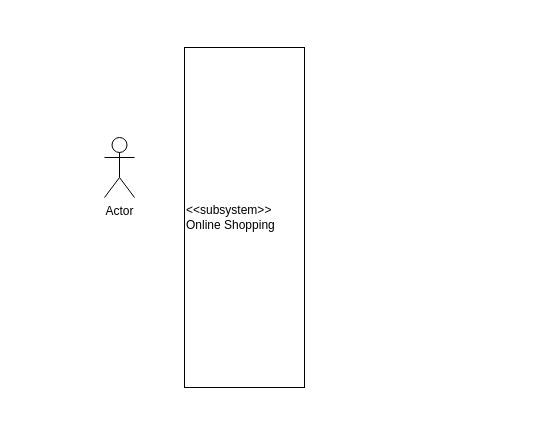
TrgPhan/OOAD-IAI-2025-by-Phan-Quang-Truong-K68AAI1 keeps this draw.io diagram as Untitled Diagram.drawio. Above is the earlier version. Source tidied: cells renumbered, new cells numbered last; positions are measured from the earlier drawing's top-left corner, leaving out a move shared by most shapes. Both pictures are drawn from the tidied source at 100%, with x=0, y=0 at pixel (104, 47).
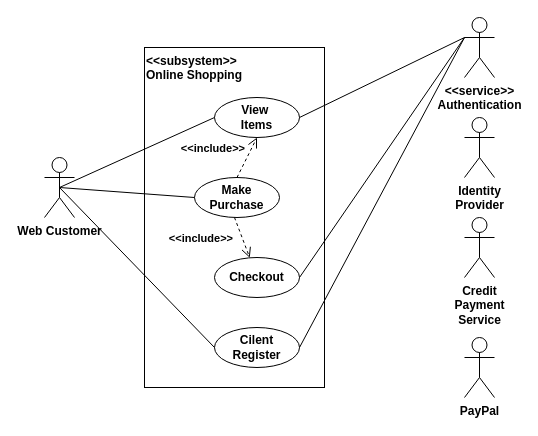
After the change.

Diff of the diagram source:
```diff
@@
-    <mxCell id="2" value="Actor" style="shape=umlActor;verticalLabelPosition=bottom;verticalAlign=top;html=1;outlineConnect=0;fontStyle=0;" parent="1" vertex="1">
-      <mxGeometry y="90" width="30" height="60" as="geometry" />
+    <mxCell id="2" value="Web Customer" style="shape=umlActor;verticalLabelPosition=bottom;verticalAlign=top;html=1;outlineConnect=0;fontStyle=1;" parent="1" vertex="1">
+      <mxGeometry x="-60" y="110" width="30" height="60" as="geometry" />
     </mxCell>
-    <mxCell id="3" value="&amp;lt;&amp;lt;subsystem&amp;gt;&amp;gt;&lt;div&gt;Online Shopping&lt;/div&gt;" style="rounded=0;whiteSpace=wrap;html=1;align=left;" parent="1" vertex="1">
-      <mxGeometry x="80" width="120" height="340" as="geometry" />
+    <mxCell id="3" value="&amp;lt;&amp;lt;subsystem&amp;gt;&amp;gt;&lt;div&gt;Online Shopping&lt;/div&gt;" style="rounded=0;whiteSpace=wrap;html=1;align=left;verticalAlign=top;fontStyle=1;" parent="1" vertex="1">
+      <mxGeometry x="40" width="180" height="340" as="geometry" />
     </mxCell>
+    <mxCell id="4" value="View&amp;nbsp;&lt;div&gt;Items&lt;/div&gt;" style="ellipse;whiteSpace=wrap;html=1;fontStyle=1;" parent="1" vertex="1">
+      <mxGeometry x="110" y="50" width="85" height="40" as="geometry" />
+    </mxCell>
+    <mxCell id="5" value="Make&lt;div&gt;Purchase&lt;/div&gt;" style="ellipse;whiteSpace=wrap;html=1;fontStyle=1;" parent="1" vertex="1">
+      <mxGeometry x="90" y="130" width="85" height="40" as="geometry" />
+    </mxCell>
+    <mxCell id="6" value="Checkout" style="ellipse;whiteSpace=wrap;html=1;fontStyle=1;" parent="1" vertex="1">
+      <mxGeometry x="110" y="210" width="85" height="40" as="geometry" />
+    </mxCell>
+    <mxCell id="7" value="Cilent&lt;div&gt;Register&lt;/div&gt;" style="ellipse;whiteSpace=wrap;html=1;fontStyle=1;" parent="1" vertex="1">
+      <mxGeometry x="110" y="280" width="85" height="40" as="geometry" />
+    </mxCell>
+    <mxCell id="8" style="endArrow=none;html=1;rounded=0;entryX=0;entryY=0.5;entryDx=0;entryDy=0;exitX=0.5;exitY=0.5;exitDx=0;exitDy=0;exitPerimeter=0;fontStyle=1;" parent="1" edge="1" source="2" target="4">
+      <mxGeometry relative="1" as="geometry" />
+    </mxCell>
+    <mxCell id="9" style="endArrow=none;html=1;rounded=0;entryX=0;entryY=0.5;entryDx=0;entryDy=0;exitX=0.5;exitY=0.5;exitDx=0;exitDy=0;exitPerimeter=0;fontStyle=1;" parent="1" edge="1" source="2" target="5">
+      <mxGeometry relative="1" as="geometry" />
+    </mxCell>
+    <mxCell id="10" style="endArrow=none;html=1;rounded=0;entryX=0;entryY=0.5;entryDx=0;entryDy=0;exitX=0.5;exitY=0.5;exitDx=0;exitDy=0;exitPerimeter=0;fontStyle=1;" parent="1" edge="1" source="2" target="7">
+      <mxGeometry relative="1" as="geometry" />
+    </mxCell>
+    <mxCell id="11" value="&amp;lt;&amp;lt;include&amp;gt;&amp;gt;" style="html=1;verticalAlign=bottom;endArrow=open;dashed=1;endSize=8;curved=0;rounded=0;entryX=0.5;entryY=1;entryDx=0;entryDy=0;exitX=0.5;exitY=0;exitDx=0;exitDy=0;align=right;fontStyle=1;" parent="1" edge="1" source="5" target="4">
+      <mxGeometry relative="1" as="geometry" />
+    </mxCell>
+    <mxCell id="12" value="&amp;lt;&amp;lt;include&amp;gt;&amp;gt;" style="html=1;verticalAlign=bottom;endArrow=open;dashed=1;endSize=8;curved=0;rounded=0;align=right;fontStyle=1;" parent="1" edge="1" target="6">
+      <mxGeometry x="0.3" y="-11" relative="1" as="geometry">
+        <mxPoint x="130" y="170" as="sourcePoint" />
+      </mxGeometry>
+    </mxCell>
+    <mxCell id="13" value="&amp;lt;&amp;lt;service&amp;gt;&amp;gt;&lt;div&gt;Authentication&lt;/div&gt;" style="shape=umlActor;verticalLabelPosition=bottom;verticalAlign=top;html=1;fontStyle=1;" parent="1" vertex="1">
+      <mxGeometry x="360" y="-30" width="30" height="60" as="geometry" />
+    </mxCell>
+    <mxCell id="14" style="endArrow=none;html=1;rounded=0;exitX=1;exitY=0.5;exitDx=0;exitDy=0;entryX=0;entryY=0.3333333333333333;entryDx=0;entryDy=0;entryPerimeter=0;fontStyle=1;" parent="1" edge="1" source="4" target="13">
+      <mxGeometry relative="1" as="geometry" />
+    </mxCell>
+    <mxCell id="15" style="endArrow=none;html=1;rounded=0;exitX=1;exitY=0.5;exitDx=0;exitDy=0;entryX=0;entryY=0.3333333333333333;entryDx=0;entryDy=0;entryPerimeter=0;fontStyle=1;" parent="1" edge="1" source="6" target="13">
+      <mxGeometry relative="1" as="geometry" />
+    </mxCell>
+    <mxCell id="16" style="endArrow=none;html=1;rounded=0;exitX=1;exitY=0.5;exitDx=0;exitDy=0;entryX=0;entryY=0.3333333333333333;entryDx=0;entryDy=0;entryPerimeter=0;fontStyle=1;" parent="1" edge="1" source="7" target="13">
+      <mxGeometry relative="1" as="geometry" />
+    </mxCell>
+    <mxCell id="17" value="Identity&lt;div&gt;Provider&lt;/div&gt;" style="shape=umlActor;verticalLabelPosition=bottom;verticalAlign=top;html=1;fontStyle=1;" parent="1" vertex="1">
+      <mxGeometry x="360" y="70" width="30" height="60" as="geometry" />
+    </mxCell>
+    <mxCell id="18" value="Credit&lt;div&gt;Payment&lt;/div&gt;&lt;div&gt;Service&lt;/div&gt;" style="shape=umlActor;verticalLabelPosition=bottom;verticalAlign=top;html=1;fontStyle=1;" parent="1" vertex="1">
+      <mxGeometry x="360" y="170" width="30" height="60" as="geometry" />
+    </mxCell>
+    <mxCell id="19" value="PayPal" style="shape=umlActor;verticalLabelPosition=bottom;verticalAlign=top;html=1;fontStyle=1;" parent="1" vertex="1">
+      <mxGeometry x="360" y="290" width="30" height="60" as="geometry" />
+    </mxCell>
```
